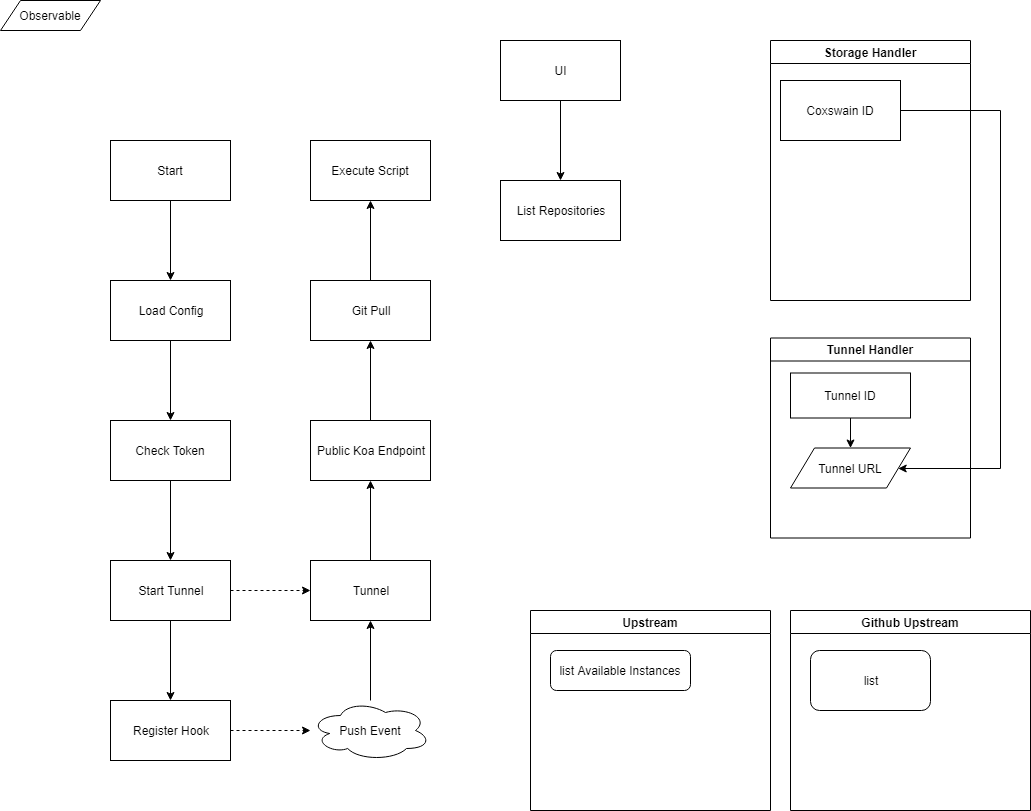
Above: diagram.png in cinderblock/coxswain (draw.io), before the change. Source tidied: cells renumbered, new cells last; positions are measured from the earlier drawing's top-left corner, leaving out a move shared by most shapes.
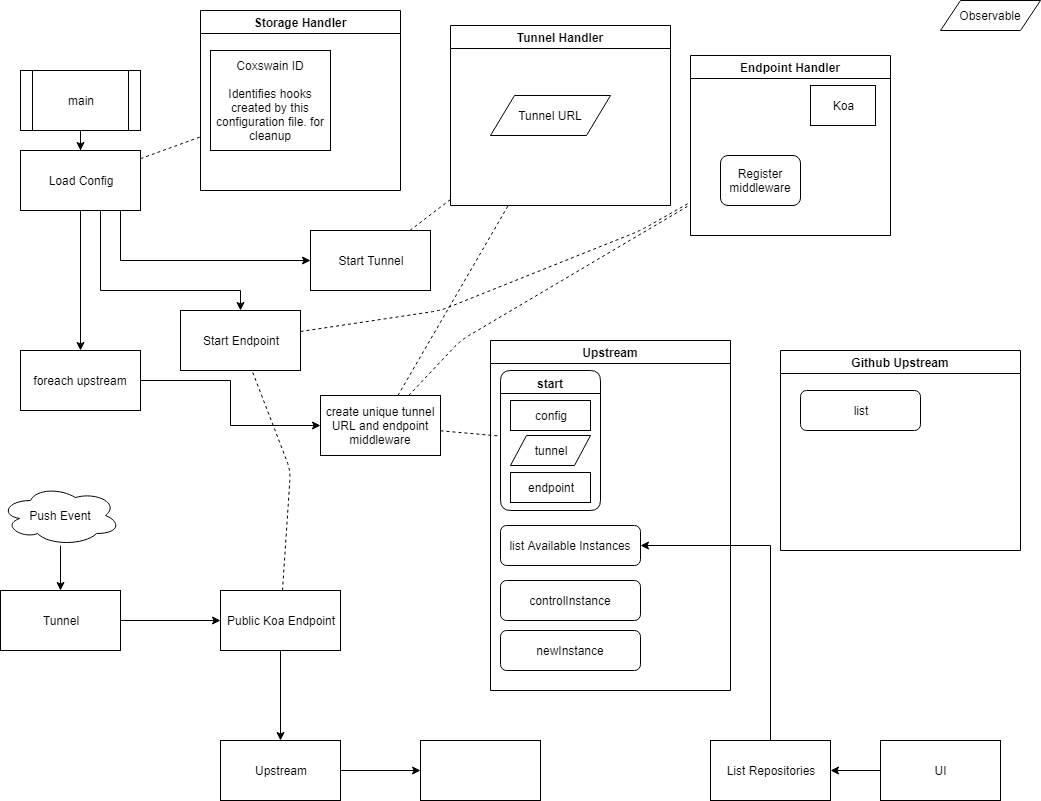
Above is the later version.

Commit message:
FLushing out internal workings diagram

Diff of the diagram source:
```diff
@@ -2,115 +2,178 @@
   <root>
     <mxCell id="0" />
     <mxCell id="1" parent="0" />
-    <mxCell id="2" style="edgeStyle=orthogonalEdgeStyle;rounded=0;html=1;jettySize=auto;" parent="1" edge="1" source="3" target="5">
-      <mxGeometry relative="1" as="geometry" />
-    </mxCell>
-    <mxCell id="3" value="Start&lt;br&gt;" style="rounded=0;whiteSpace=wrap;html=1;" parent="1" vertex="1">
-      <mxGeometry x="110" y="140" width="120" height="60" as="geometry" />
-    </mxCell>
     <mxCell id="4" style="edgeStyle=orthogonalEdgeStyle;rounded=0;html=1;jettySize=auto;" parent="1" edge="1" source="5" target="7">
       <mxGeometry relative="1" as="geometry" />
     </mxCell>
+    <mxCell id="37" style="edgeStyle=orthogonalEdgeStyle;rounded=0;html=1;jettySize=auto;" parent="1" edge="1" source="5" target="9">
+      <mxGeometry relative="1" as="geometry">
+        <Array as="points">
+          <mxPoint x="110" y="250" />
+        </Array>
+      </mxGeometry>
+    </mxCell>
+    <mxCell id="38" style="edgeStyle=orthogonalEdgeStyle;rounded=0;html=1;jettySize=auto;" parent="1" edge="1" source="5" target="53">
+      <mxGeometry relative="1" as="geometry">
+        <Array as="points">
+          <mxPoint x="90" y="280" />
+          <mxPoint x="230" y="280" />
+        </Array>
+      </mxGeometry>
+    </mxCell>
     <mxCell id="5" value="Load Config&lt;br&gt;" style="rounded=0;whiteSpace=wrap;html=1;" parent="1" vertex="1">
-      <mxGeometry x="110" y="280" width="120" height="60" as="geometry" />
+      <mxGeometry x="10" y="140" width="120" height="60" as="geometry" />
     </mxCell>
-    <mxCell id="6" style="edgeStyle=orthogonalEdgeStyle;rounded=0;html=1;jettySize=auto;" parent="1" edge="1" source="7" target="9">
-      <mxGeometry relative="1" as="geometry" />
-    </mxCell>
+    <mxCell id="39" style="edgeStyle=orthogonalEdgeStyle;rounded=0;html=1;jettySize=auto;" parent="1" edge="1" source="7" target="40">
+      <mxGeometry relative="1" as="geometry" />
+    </mxCell>
-    <mxCell id="7" value="Check Token&lt;br&gt;" style="rounded=0;whiteSpace=wrap;html=1;" parent="1" vertex="1">
-      <mxGeometry x="110" y="420" width="120" height="60" as="geometry" />
+    <mxCell id="7" value="foreach upstream&lt;br&gt;" style="rounded=0;whiteSpace=wrap;html=1;" parent="1" vertex="1">
+      <mxGeometry x="10" y="340" width="120" height="60" as="geometry" />
     </mxCell>
-    <mxCell id="8" style="edgeStyle=orthogonalEdgeStyle;rounded=0;html=1;jettySize=auto;" parent="1" edge="1" source="9" target="11">
-      <mxGeometry relative="1" as="geometry" />
-    </mxCell>
-    <mxCell id="9" value="Start Tunnel&lt;br&gt;" style="rounded=0;whiteSpace=wrap;html=1;" parent="1" vertex="1">
-      <mxGeometry x="110" y="560" width="120" height="60" as="geometry" />
-    </mxCell>
-    <mxCell id="10" style="edgeStyle=orthogonalEdgeStyle;rounded=0;html=1;jettySize=auto;dashed=1;" parent="1" edge="1" source="11" target="13">
-      <mxGeometry relative="1" as="geometry" />
-    </mxCell>
-    <mxCell id="11" value="Register Hook&lt;br&gt;" style="rounded=0;whiteSpace=wrap;html=1;" parent="1" vertex="1">
-      <mxGeometry x="110" y="700" width="120" height="60" as="geometry" />
-    </mxCell>
+    <mxCell id="40" value="create unique tunnel URL and endpoint middleware&lt;br&gt;" style="rounded=0;whiteSpace=wrap;html=1;" parent="1" vertex="1">
+      <mxGeometry x="310" y="385" width="120" height="60" as="geometry" />
+    </mxCell>
     <mxCell id="12" style="edgeStyle=orthogonalEdgeStyle;rounded=0;html=1;jettySize=auto;" parent="1" edge="1" source="13" target="15">
       <mxGeometry relative="1" as="geometry" />
     </mxCell>
     <mxCell id="13" value="Push Event&lt;br&gt;" style="ellipse;shape=cloud;whiteSpace=wrap;html=1;fontFamily=Helvetica;fontSize=12;fontColor=#000000;align=center;strokeColor=#000000;fillColor=#ffffff;" parent="1" vertex="1">
-      <mxGeometry x="310" y="700" width="120" height="60" as="geometry" />
+      <mxGeometry x="-10" y="475" width="120" height="60" as="geometry" />
     </mxCell>
     <mxCell id="14" style="edgeStyle=orthogonalEdgeStyle;rounded=0;html=1;jettySize=auto;" parent="1" edge="1" source="15" target="17">
       <mxGeometry relative="1" as="geometry" />
     </mxCell>
     <mxCell id="15" value="Tunnel" style="rounded=0;whiteSpace=wrap;html=1;" parent="1" vertex="1">
-      <mxGeometry x="310" y="560" width="120" height="60" as="geometry" />
+      <mxGeometry x="-10" y="580" width="120" height="60" as="geometry" />
     </mxCell>
-    <mxCell id="16" style="edgeStyle=orthogonalEdgeStyle;rounded=0;html=1;jettySize=auto;" parent="1" edge="1" source="17" target="19">
+    <mxCell id="16" style="edgeStyle=orthogonalEdgeStyle;rounded=0;html=1;jettySize=auto;" parent="1" edge="1" source="17" target="60">
       <mxGeometry relative="1" as="geometry" />
     </mxCell>
     <mxCell id="17" value="Public Koa Endpoint" style="rounded=0;whiteSpace=wrap;html=1;" parent="1" vertex="1">
-      <mxGeometry x="310" y="420" width="120" height="60" as="geometry" />
+      <mxGeometry x="210" y="580" width="120" height="60" as="geometry" />
     </mxCell>
-    <mxCell id="18" style="edgeStyle=orthogonalEdgeStyle;rounded=0;html=1;jettySize=auto;" parent="1" edge="1" source="19" target="20">
-      <mxGeometry relative="1" as="geometry" />
-    </mxCell>
-    <mxCell id="19" value="Git Pull" style="rounded=0;whiteSpace=wrap;html=1;" parent="1" vertex="1">
-      <mxGeometry x="310" y="280" width="120" height="60" as="geometry" />
-    </mxCell>
-    <mxCell id="20" value="Execute Script" style="rounded=0;whiteSpace=wrap;html=1;" parent="1" vertex="1">
-      <mxGeometry x="310" y="140" width="120" height="60" as="geometry" />
-    </mxCell>
     <mxCell id="21" style="edgeStyle=orthogonalEdgeStyle;rounded=0;html=1;jettySize=auto;" parent="1" edge="1" source="22" target="23">
       <mxGeometry relative="1" as="geometry" />
     </mxCell>
     <mxCell id="22" value="UI" style="rounded=0;whiteSpace=wrap;html=1;" parent="1" vertex="1">
-      <mxGeometry x="500" y="40" width="120" height="60" as="geometry" />
+      <mxGeometry x="870" y="730" width="120" height="60" as="geometry" />
     </mxCell>
+    <mxCell id="41" style="edgeStyle=orthogonalEdgeStyle;rounded=0;html=1;jettySize=auto;" parent="1" edge="1" source="23" target="34">
+      <mxGeometry relative="1" as="geometry">
+        <Array as="points">
+          <mxPoint x="760" y="535" />
+        </Array>
+      </mxGeometry>
+    </mxCell>
     <mxCell id="23" value="List Repositories" style="rounded=0;whiteSpace=wrap;html=1;" parent="1" vertex="1">
-      <mxGeometry x="500" y="180" width="120" height="60" as="geometry" />
+      <mxGeometry x="700" y="730" width="120" height="60" as="geometry" />
     </mxCell>
-    <mxCell id="24" style="endArrow=classic;html=1;dashed=1;" parent="1" edge="1" source="9" target="15">
-      <mxGeometry relative="1" as="geometry" />
-    </mxCell>
     <mxCell id="25" value="Tunnel Handler" style="swimlane;startSize=23;comic=0;swimlaneLine=1;glass=0;" parent="1" vertex="1">
-      <mxGeometry x="770" y="337.5" width="200" height="200" as="geometry" />
+      <mxGeometry x="440" y="15" width="220" height="180" as="geometry" />
     </mxCell>
     <mxCell id="26" value="Tunnel URL&lt;br&gt;" style="shape=parallelogram;perimeter=parallelogramPerimeter;whiteSpace=wrap;html=1;comic=0;rounded=0;" parent="25" vertex="1">
-      <mxGeometry x="20" y="110" width="120" height="40" as="geometry" />
+      <mxGeometry x="40" y="70" width="120" height="40" as="geometry" />
     </mxCell>
-    <mxCell id="27" style="edgeStyle=orthogonalEdgeStyle;rounded=0;html=1;jettySize=auto;" parent="25" edge="1" source="28" target="26">
-      <mxGeometry relative="1" as="geometry" />
-    </mxCell>
-    <mxCell id="28" value="Tunnel ID&lt;br&gt;" style="rounded=0;whiteSpace=wrap;html=1;fontFamily=Helvetica;fontSize=12;fontColor=#000000;align=center;strokeColor=#000000;fillColor=#ffffff;comic=0;glass=0;shadow=0;" parent="25" vertex="1">
-      <mxGeometry x="20" y="35" width="120" height="45" as="geometry" />
-    </mxCell>
     <mxCell id="29" value="Storage Handler" style="swimlane;startSize=23;" parent="1" vertex="1">
-      <mxGeometry x="770" y="40" width="200" height="260" as="geometry" />
+      <mxGeometry x="190" width="200" height="180" as="geometry" />
     </mxCell>
-    <mxCell id="30" value="Coxswain ID&lt;br&gt;" style="rounded=0;whiteSpace=wrap;html=1;fontFamily=Helvetica;fontSize=12;fontColor=#000000;align=center;strokeColor=#000000;fillColor=#ffffff;" parent="29" vertex="1">
-      <mxGeometry x="10" y="40" width="120" height="60" as="geometry" />
+    <mxCell id="30" value="Coxswain ID&lt;br&gt;&lt;br&gt;Identifies hooks created by this configuration file. for cleanup&lt;br&gt;" style="rounded=0;whiteSpace=wrap;html=1;fontFamily=Helvetica;fontSize=12;fontColor=#000000;align=center;strokeColor=#000000;fillColor=#ffffff;" parent="29" vertex="1">
+      <mxGeometry x="10" y="40" width="120" height="100" as="geometry" />
     </mxCell>
     <mxCell id="31" value="Observable" style="shape=parallelogram;perimeter=parallelogramPerimeter;whiteSpace=wrap;html=1;" parent="1" vertex="1">
-      <mxGeometry width="100" height="30" as="geometry" />
+      <mxGeometry x="930" y="-10" width="100" height="30" as="geometry" />
     </mxCell>
-    <mxCell id="32" style="edgeStyle=orthogonalEdgeStyle;rounded=0;html=1;jettySize=auto;comic=0;" parent="1" edge="1" source="30" target="26">
-      <mxGeometry relative="1" as="geometry">
-        <Array as="points">
-          <mxPoint x="1000" y="110" />
-          <mxPoint x="1000" y="468" />
-        </Array>
-      </mxGeometry>
-    </mxCell>
     <mxCell id="33" value="Upstream" style="swimlane;" parent="1" vertex="1">
-      <mxGeometry x="530" y="610" width="240" height="200" as="geometry" />
+      <mxGeometry x="480" y="330" width="240" height="350" as="geometry" />
     </mxCell>
+    <mxCell id="42" value="start&lt;br&gt;" style="swimlane;fontFamily=Helvetica;fontSize=12;fontColor=#000000;align=center;strokeColor=#000000;fillColor=#ffffff;html=1;rounded=1;" parent="33" vertex="1">
+      <mxGeometry x="10" y="30" width="100" height="140" as="geometry" />
+    </mxCell>
+    <mxCell id="43" value="config" style="rounded=0;whiteSpace=wrap;html=1;" parent="42" vertex="1">
+      <mxGeometry x="10" y="30" width="80" height="30" as="geometry" />
+    </mxCell>
+    <mxCell id="44" value="tunnel" style="shape=parallelogram;perimeter=parallelogramPerimeter;whiteSpace=wrap;html=1;fontFamily=Helvetica;fontSize=12;fontColor=#000000;align=center;strokeColor=#000000;fillColor=#ffffff;" parent="42" vertex="1">
+      <mxGeometry x="10" y="65" width="80" height="30" as="geometry" />
+    </mxCell>
+    <mxCell id="45" value="endpoint" style="rounded=0;whiteSpace=wrap;html=1;" parent="42" vertex="1">
+      <mxGeometry x="10" y="102" width="80" height="30" as="geometry" />
+    </mxCell>
+    <mxCell id="46" value="newInstance&lt;br&gt;" style="rounded=1;whiteSpace=wrap;html=1;" parent="33" vertex="1">
+      <mxGeometry x="10" y="290" width="140" height="40" as="geometry" />
+    </mxCell>
+    <mxCell id="47" value="controlInstance&lt;br&gt;" style="rounded=1;whiteSpace=wrap;html=1;" parent="33" vertex="1">
+      <mxGeometry x="10" y="240" width="140" height="40" as="geometry" />
+    </mxCell>
     <mxCell id="34" value="list Available Instances&lt;br&gt;" style="rounded=1;whiteSpace=wrap;html=1;" parent="33" vertex="1">
-      <mxGeometry x="20" y="40" width="140" height="40" as="geometry" />
+      <mxGeometry x="10" y="185" width="140" height="40" as="geometry" />
     </mxCell>
     <mxCell id="35" value="Github Upstream" style="swimlane;" parent="1" vertex="1">
-      <mxGeometry x="790" y="610" width="240" height="200" as="geometry" />
+      <mxGeometry x="770" y="340" width="240" height="200" as="geometry" />
     </mxCell>
     <mxCell id="36" value="list&lt;br&gt;" style="rounded=1;whiteSpace=wrap;html=1;" parent="35" vertex="1">
-      <mxGeometry x="20" y="40" width="120" height="60" as="geometry" />
+      <mxGeometry x="20" y="40" width="120" height="40" as="geometry" />
     </mxCell>
+    <mxCell id="48" value="Endpoint Handler" style="swimlane;startSize=23;" parent="1" vertex="1">
+      <mxGeometry x="680" y="45" width="200" height="180" as="geometry" />
+    </mxCell>
+    <mxCell id="49" value="Koa&lt;br&gt;" style="rounded=0;whiteSpace=wrap;html=1;fontFamily=Helvetica;fontSize=12;fontColor=#000000;align=center;strokeColor=#000000;fillColor=#ffffff;" parent="48" vertex="1">
+      <mxGeometry x="120" y="30" width="65" height="40" as="geometry" />
+    </mxCell>
+    <mxCell id="50" value="Register middleware&lt;br&gt;" style="rounded=1;whiteSpace=wrap;html=1;fontFamily=Helvetica;fontSize=12;fontColor=#000000;align=center;strokeColor=#000000;fillColor=#ffffff;" parent="48" vertex="1">
+      <mxGeometry x="30" y="100" width="80" height="50" as="geometry" />
+    </mxCell>
+    <mxCell id="9" value="Start Tunnel" style="rounded=0;whiteSpace=wrap;html=1;" parent="1" vertex="1">
+      <mxGeometry x="300" y="220" width="120" height="60" as="geometry" />
+    </mxCell>
+    <mxCell id="51" style="edgeStyle=orthogonalEdgeStyle;rounded=0;html=1;exitX=0.5;exitY=1;jettySize=auto;" parent="1" edge="1" source="52" target="5">
+      <mxGeometry relative="1" as="geometry" />
+    </mxCell>
+    <mxCell id="52" value="main" style="shape=process;whiteSpace=wrap;html=1;backgroundOutline=1;" parent="1" vertex="1">
+      <mxGeometry x="10" y="60" width="120" height="60" as="geometry" />
+    </mxCell>
+    <mxCell id="53" value="Start Endpoint" style="rounded=0;whiteSpace=wrap;html=1;" parent="1" vertex="1">
+      <mxGeometry x="170" y="300" width="120" height="60" as="geometry" />
+    </mxCell>
+    <mxCell id="54" style="endArrow=none;dashed=1;html=1;" parent="1" edge="1" source="9" target="25">
+      <mxGeometry relative="1" as="geometry" />
+    </mxCell>
+    <mxCell id="55" style="endArrow=none;dashed=1;html=1;" parent="1" edge="1" source="53" target="48">
+      <mxGeometry relative="1" as="geometry">
+        <Array as="points">
+          <mxPoint x="430" y="300" />
+          <mxPoint x="630" y="220" />
+        </Array>
+      </mxGeometry>
+    </mxCell>
+    <mxCell id="56" style="endArrow=none;dashed=1;html=1;" parent="1" edge="1" source="5" target="29">
+      <mxGeometry relative="1" as="geometry" />
+    </mxCell>
+    <mxCell id="57" style="endArrow=none;dashed=1;html=1;" parent="1" edge="1" source="40" target="42">
+      <mxGeometry relative="1" as="geometry" />
+    </mxCell>
+    <mxCell id="58" style="endArrow=none;dashed=1;html=1;" parent="1" edge="1" source="17" target="53">
+      <mxGeometry relative="1" as="geometry">
+        <Array as="points">
+          <mxPoint x="280" y="460" />
+        </Array>
+      </mxGeometry>
+    </mxCell>
+    <mxCell id="59" style="edgeStyle=orthogonalEdgeStyle;rounded=0;html=1;exitX=1;exitY=0.5;jettySize=auto;" parent="1" edge="1" source="60" target="61">
+      <mxGeometry relative="1" as="geometry" />
+    </mxCell>
+    <mxCell id="60" value="Upstream" style="rounded=0;whiteSpace=wrap;html=1;" parent="1" vertex="1">
+      <mxGeometry x="210" y="730" width="120" height="60" as="geometry" />
+    </mxCell>
+    <mxCell id="61" style="rounded=0;whiteSpace=wrap;html=1;" parent="1" vertex="1">
+      <mxGeometry x="410" y="730" width="120" height="60" as="geometry" />
+    </mxCell>
+    <mxCell id="62" style="endArrow=none;dashed=1;html=1;" parent="1" edge="1" source="40" target="25">
+      <mxGeometry relative="1" as="geometry" />
+    </mxCell>
+    <mxCell id="63" style="endArrow=none;dashed=1;html=1;" parent="1" edge="1" source="40" target="48">
+      <mxGeometry relative="1" as="geometry">
+        <Array as="points">
+          <mxPoint x="450" y="330" />
+        </Array>
+      </mxGeometry>
+    </mxCell>
   </root>
 </mxGraphModel>
```
